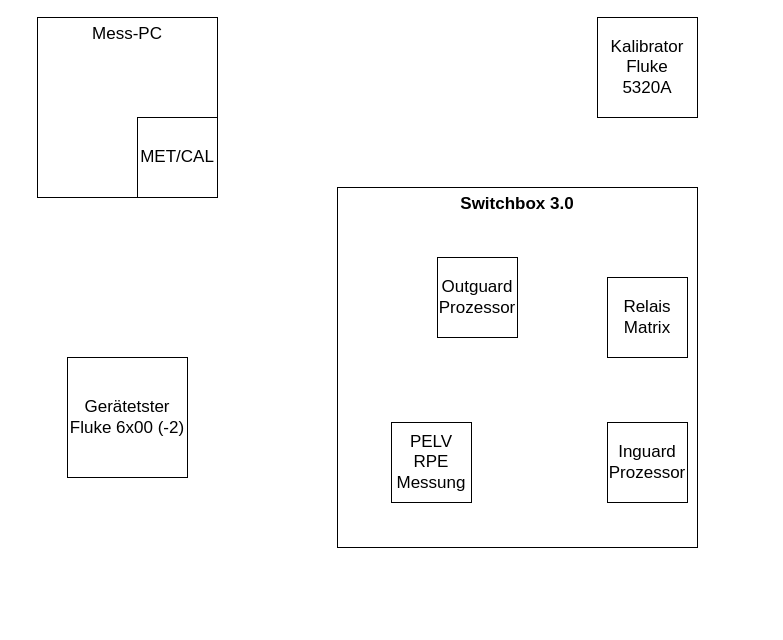
Before: Switchbox-Projektübersicht.drawio in Lostqw1/Funfun, a draw.io diagram. Source tidied: cells renumbered, new cells numbered last; positions are measured from the earlier drawing's top-left corner, leaving out a move shared by most shapes. Both pictures are drawn from the tidied source at 100%, with x=0, y=0 at pixel (37, 17).
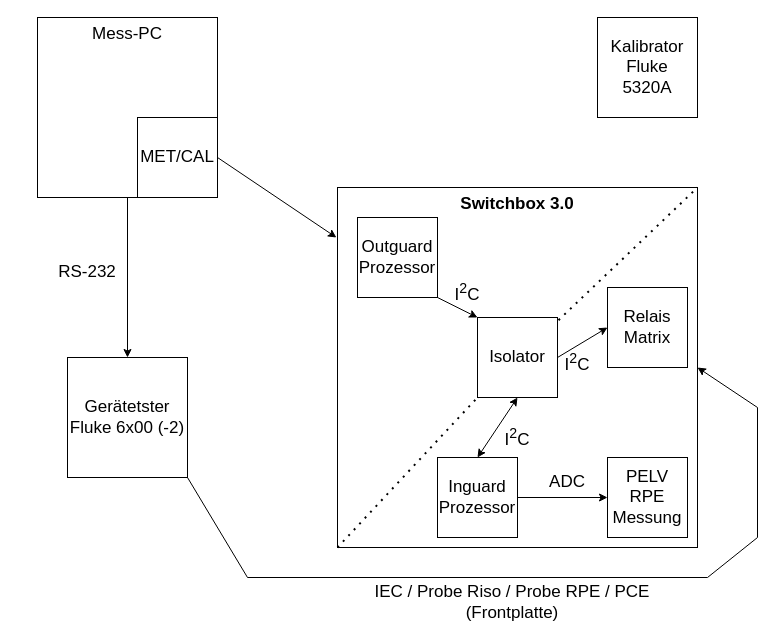
The same diagram, later.

The change refers to these unchanged cells:
```xml
<mxCell id="2" value="Switchbox 3.0" style="whiteSpace=wrap;html=1;fontSize=17;fontStyle=1;verticalAlign=top;" parent="1" vertex="1">
  <mxGeometry x="300" y="170" width="360" height="360" as="geometry" />
</mxCell>
<mxCell id="3" value="Mess-PC" style="whiteSpace=wrap;html=1;fontSize=17;verticalAlign=top;" parent="1" vertex="1">
  <mxGeometry width="180" height="180" as="geometry" />
</mxCell>
<mxCell id="4" value="MET/CAL" style="whiteSpace=wrap;html=1;fontSize=17;" parent="1" vertex="1">
  <mxGeometry x="100" y="100" width="80" height="80" as="geometry" />
</mxCell>
<mxCell id="6" value="Gerätetster&lt;br&gt;Fluke 6x00 (-2)" style="whiteSpace=wrap;html=1;fontSize=17;" parent="1" vertex="1">
  <mxGeometry x="30" y="340" width="120" height="120" as="geometry" />
</mxCell>
```

Change to the diagram source:
```diff
@@
     <mxCell id="7" value="Outguard&lt;br&gt;Prozessor" style="whiteSpace=wrap;html=1;fontSize=17;" parent="1" vertex="1">
-      <mxGeometry x="400" y="240" width="80" height="80" as="geometry" />
+      <mxGeometry x="320" y="200" width="80" height="80" as="geometry" />
     </mxCell>
     <mxCell id="8" value="Relais&lt;br&gt;Matrix" style="whiteSpace=wrap;html=1;fontSize=17;" parent="1" vertex="1">
-      <mxGeometry x="570" y="260" width="80" height="80" as="geometry" />
+      <mxGeometry x="570" y="270" width="80" height="80" as="geometry" />
     </mxCell>
     <mxCell id="9" value="Inguard&lt;br&gt;Prozessor" style="whiteSpace=wrap;html=1;fontSize=17;" parent="1" vertex="1">
-      <mxGeometry x="570" y="405" width="80" height="80" as="geometry" />
+      <mxGeometry x="400" y="440" width="80" height="80" as="geometry" />
     </mxCell>
     <mxCell id="10" value="PELV&lt;br&gt;RPE&lt;br&gt;Messung" style="whiteSpace=wrap;html=1;fontSize=17;" parent="1" vertex="1">
-      <mxGeometry x="354" y="405" width="80" height="80" as="geometry" />
+      <mxGeometry x="570" y="440" width="80" height="80" as="geometry" />
     </mxCell>
+    <mxCell id="11" style="endArrow=classic;html=1;rounded=0;fontSize=17;entryX=0.5;entryY=0;entryDx=0;entryDy=0;exitX=0.5;exitY=1;exitDx=0;exitDy=0;" parent="1" edge="1" source="3" target="6">
+      <mxGeometry relative="1" as="geometry" />
+    </mxCell>
+    <mxCell id="12" value="RS-232" style="text;html=1;strokeColor=none;fillColor=none;align=center;verticalAlign=middle;whiteSpace=wrap;rounded=0;fontSize=17;" parent="1" vertex="1">
+      <mxGeometry x="-20" y="240" width="140" height="30" as="geometry" />
+    </mxCell>
+    <mxCell id="13" style="endArrow=classic;html=1;rounded=0;fontSize=17;entryX=-0.003;entryY=0.139;entryDx=0;entryDy=0;entryPerimeter=0;exitX=1;exitY=0.5;exitDx=0;exitDy=0;" parent="1" edge="1" source="4" target="2">
+      <mxGeometry relative="1" as="geometry" />
+    </mxCell>
+    <mxCell id="14" style="endArrow=none;dashed=1;html=1;dashPattern=1 3;strokeWidth=2;rounded=0;fontSize=17;exitX=0;exitY=1;exitDx=0;exitDy=0;entryX=1;entryY=0;entryDx=0;entryDy=0;startArrow=none;" parent="1" edge="1" source="15" target="2">
+      <mxGeometry relative="1" as="geometry" />
+    </mxCell>
+    <mxCell id="15" value="Isolator" style="whiteSpace=wrap;html=1;fontSize=17;" parent="1" vertex="1">
+      <mxGeometry x="440" y="300" width="80" height="80" as="geometry" />
+    </mxCell>
+    <mxCell id="16" style="endArrow=none;dashed=1;html=1;dashPattern=1 3;strokeWidth=2;rounded=0;fontSize=17;entryX=0;entryY=1;entryDx=0;entryDy=0;exitX=0;exitY=1;exitDx=0;exitDy=0;" parent="1" edge="1" source="2" target="15">
+      <mxGeometry relative="1" as="geometry" />
+    </mxCell>
+    <mxCell id="17" style="endArrow=classic;html=1;rounded=0;fontSize=17;entryX=0;entryY=0;entryDx=0;entryDy=0;exitX=1;exitY=1;exitDx=0;exitDy=0;" parent="1" edge="1" source="7" target="15">
+      <mxGeometry relative="1" as="geometry" />
+    </mxCell>
+    <mxCell id="18" value="I&lt;sup&gt;2&lt;/sup&gt;C" style="text;html=1;strokeColor=none;fillColor=none;align=center;verticalAlign=middle;whiteSpace=wrap;rounded=0;fontSize=17;" parent="1" vertex="1">
+      <mxGeometry x="400" y="260" width="60" height="30" as="geometry" />
+    </mxCell>
+    <mxCell id="19" style="endArrow=classic;html=1;rounded=0;fontSize=17;entryX=0;entryY=0.5;entryDx=0;entryDy=0;exitX=1;exitY=0.5;exitDx=0;exitDy=0;" parent="1" edge="1" source="15" target="8">
+      <mxGeometry relative="1" as="geometry" />
+    </mxCell>
+    <mxCell id="20" value="I&lt;sup&gt;2&lt;/sup&gt;C" style="text;html=1;strokeColor=none;fillColor=none;align=center;verticalAlign=middle;whiteSpace=wrap;rounded=0;fontSize=17;" parent="1" vertex="1">
+      <mxGeometry x="510" y="330" width="60" height="30" as="geometry" />
+    </mxCell>
+    <mxCell id="21" style="endArrow=classic;html=1;rounded=0;fontSize=17;entryX=0;entryY=0.5;entryDx=0;entryDy=0;exitX=1;exitY=0.5;exitDx=0;exitDy=0;" parent="1" edge="1" source="9" target="10">
+      <mxGeometry relative="1" as="geometry" />
+    </mxCell>
+    <mxCell id="22" value="ADC" style="text;html=1;strokeColor=none;fillColor=none;align=center;verticalAlign=middle;whiteSpace=wrap;rounded=0;fontSize=17;" parent="1" vertex="1">
+      <mxGeometry x="500" y="450" width="60" height="30" as="geometry" />
+    </mxCell>
+    <mxCell id="23" style="endArrow=classic;startArrow=classic;html=1;rounded=0;fontSize=17;entryX=0.5;entryY=1;entryDx=0;entryDy=0;exitX=0.5;exitY=0;exitDx=0;exitDy=0;" parent="1" edge="1" source="9" target="15">
+      <mxGeometry relative="1" as="geometry" />
+    </mxCell>
+    <mxCell id="24" value="I&lt;sup&gt;2&lt;/sup&gt;C" style="text;html=1;strokeColor=none;fillColor=none;align=center;verticalAlign=middle;whiteSpace=wrap;rounded=0;fontSize=17;" parent="1" vertex="1">
+      <mxGeometry x="450" y="405" width="60" height="30" as="geometry" />
+    </mxCell>
+    <mxCell id="25" style="endArrow=classic;html=1;rounded=0;fontSize=17;exitX=1;exitY=1;exitDx=0;exitDy=0;entryX=1;entryY=0.5;entryDx=0;entryDy=0;" parent="1" edge="1" source="6" target="2">
+      <mxGeometry relative="1" as="geometry">
+        <Array as="points">
+          <mxPoint x="210" y="560" />
+          <mxPoint x="670" y="560" />
+          <mxPoint x="720" y="520" />
+          <mxPoint x="720" y="390" />
+        </Array>
+      </mxGeometry>
+    </mxCell>
+    <mxCell id="26" value="IEC / Probe Riso / Probe RPE / PCE&lt;br&gt;(Frontplatte)" style="text;html=1;strokeColor=none;fillColor=none;align=center;verticalAlign=middle;whiteSpace=wrap;rounded=0;fontSize=17;" parent="1" vertex="1">
+      <mxGeometry x="310" y="570" width="330" height="30" as="geometry" />
+    </mxCell>
```
